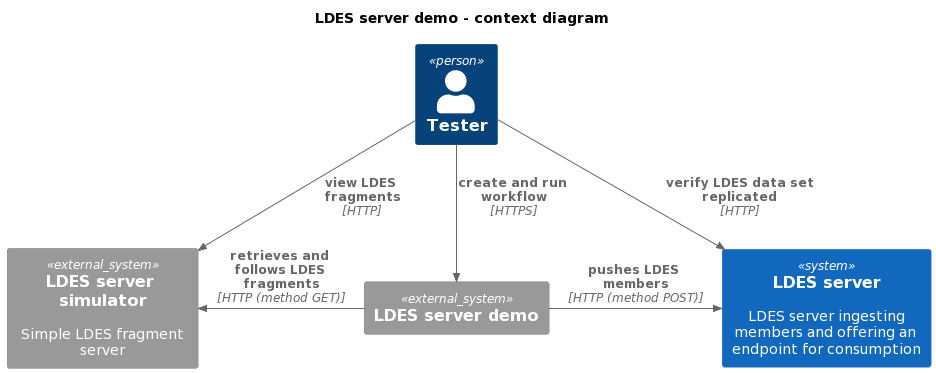
The PlantUML diagram e2e-test/support/context/simulator-workflow-server-mongo/artwork/demo-ldes-server.context.png in Informatievlaanderen/VSDS-LDES-E2E-testing, before a commit.
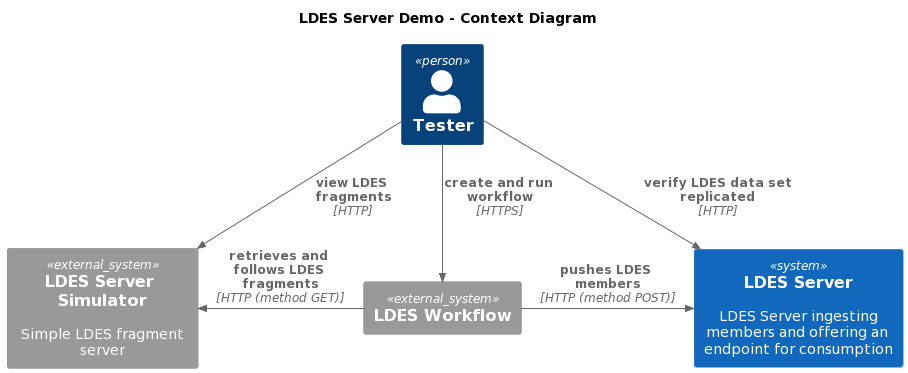
Later version of the same file.

What changed in the source:
```diff
@@ -1,13 +1,13 @@
 @startuml
 !include https://raw.githubusercontent.com/plantuml-stdlib/C4-PlantUML/master/C4_Context.puml
 
-title LDES server demo - context diagram
+title LDES Server Demo - Context Diagram
 
 Person(tester, "Tester")
 
-System_Ext(client, "LDES server demo")
-System_Ext(simulator, "LDES server simulator", "Simple LDES fragment server")
-System(server, "LDES server", "LDES server ingesting members and offering an endpoint for consumption")
+System_Ext(client, "LDES Workflow")
+System_Ext(simulator, "LDES Server Simulator", "Simple LDES fragment server")
+System(server, "LDES Server", "LDES Server ingesting members and offering an endpoint for consumption")
 
 Rel_L(client, simulator, "retrieves and follows LDES fragments", "HTTP (method GET)")
 Rel_R(client, server, "pushes LDES members", "HTTP (method POST)")
```
